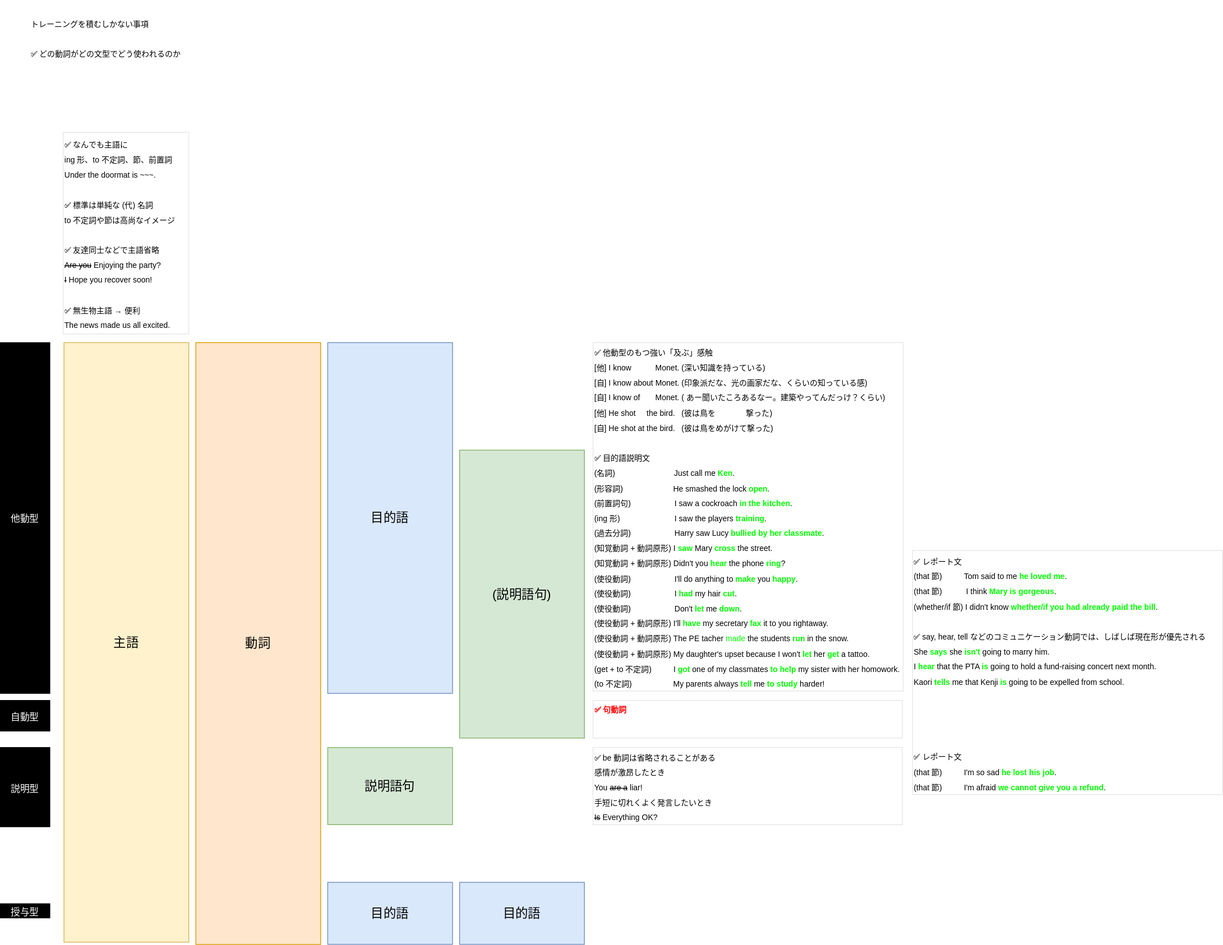
Before: grammer/overview.drawio.svg, a diagram exported from draw.io (namtoki/English). Source tidied: cells renumbered, new cells last; positions are measured from the earlier drawing's top-left corner, leaving out a move shared by most shapes.
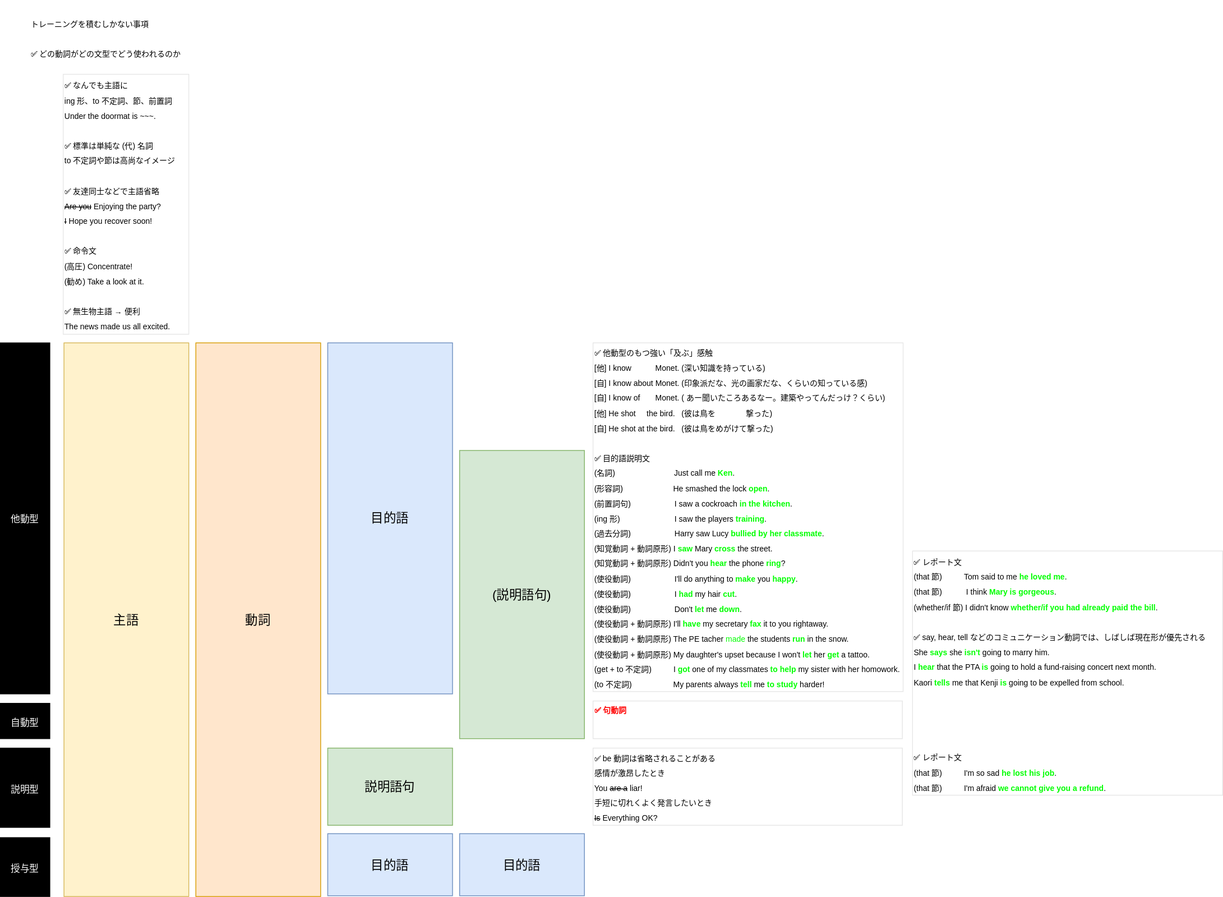
The same file after the commit.

The edit, as a diff of the source:
```diff
@@ -6,19 +6,19 @@
       <mxGeometry y="436" width="63" height="447" as="geometry" />
     </mxCell>
     <mxCell id="3" value="&lt;font style=&quot;font-size: 12px;&quot;&gt;自動型&lt;/font&gt;" style="rounded=0;whiteSpace=wrap;html=1;fontSize=16;verticalAlign=middle;fillColor=#000000;fontColor=#FFFFFF;" parent="1" vertex="1">
-      <mxGeometry y="892" width="63" height="39" as="geometry" />
+      <mxGeometry y="895" width="63" height="45" as="geometry" />
     </mxCell>
     <mxCell id="4" value="&lt;font style=&quot;font-size: 12px;&quot;&gt;説明型&lt;/font&gt;" style="rounded=0;whiteSpace=wrap;html=1;fontSize=16;verticalAlign=middle;fillColor=#000000;fontColor=#FFFFFF;" parent="1" vertex="1">
       <mxGeometry y="952" width="63" height="101" as="geometry" />
     </mxCell>
     <mxCell id="5" value="&lt;font style=&quot;font-size: 12px;&quot;&gt;授与型&lt;/font&gt;" style="rounded=0;whiteSpace=wrap;html=1;fontSize=16;verticalAlign=middle;fillColor=#000000;fontColor=#FFFFFF;" parent="1" vertex="1">
-      <mxGeometry y="1151.2" width="63" height="18" as="geometry" />
+      <mxGeometry y="1066" width="63" height="75" as="geometry" />
     </mxCell>
-    <mxCell id="6" value="&lt;font style=&quot;font-size: 10px;&quot;&gt;✅ なんでも主語に&lt;br&gt;ing 形、to 不定詞、節、前置詞&lt;br&gt;Under the doormat is ~~~.&lt;br&gt;&lt;br&gt;✅ 標準は単純な (代) 名詞&lt;br&gt;to 不定詞や節は高尚なイメージ&lt;br&gt;&lt;br&gt;✅ 友達同士などで主語省略&lt;br&gt;&lt;strike&gt;Are you&lt;/strike&gt; Enjoying the party?&lt;br&gt;&lt;strike&gt;I&lt;/strike&gt; Hope you recover soon!&lt;br&gt;&lt;br&gt;✅ 無生物主語 → 便利&lt;br&gt;The news made us all excited.&lt;br&gt;&lt;/font&gt;" style="text;html=1;strokeColor=#E6E6E6;fillColor=none;align=left;verticalAlign=middle;whiteSpace=wrap;rounded=0;fontSize=16;" parent="1" vertex="1">
-      <mxGeometry x="80" y="168" width="160" height="257" as="geometry" />
+    <mxCell id="6" value="&lt;font style=&quot;font-size: 10px;&quot;&gt;✅ なんでも主語に&lt;br&gt;ing 形、to 不定詞、節、前置詞&lt;br&gt;Under the doormat is ~~~.&lt;br&gt;&lt;br&gt;✅ 標準は単純な (代) 名詞&lt;br&gt;to 不定詞や節は高尚なイメージ&lt;br&gt;&lt;br&gt;✅ 友達同士などで主語省略&lt;br&gt;&lt;strike&gt;Are you&lt;/strike&gt; Enjoying the party?&lt;br&gt;&lt;strike&gt;I&lt;/strike&gt; Hope you recover soon!&lt;br&gt;&lt;br&gt;✅ 命令文&lt;br&gt;(高圧) Concentrate!&lt;br&gt;(勧め) Take a look at it.&lt;br&gt;&lt;br&gt;✅ 無生物主語 → 便利&lt;br&gt;The news made us all excited.&lt;br&gt;&lt;/font&gt;" style="text;html=1;strokeColor=#E6E6E6;fillColor=none;align=left;verticalAlign=middle;whiteSpace=wrap;rounded=0;fontSize=16;" parent="1" vertex="1">
+      <mxGeometry x="80" y="94" width="160" height="331" as="geometry" />
     </mxCell>
     <mxCell id="7" value="主語" style="rounded=0;whiteSpace=wrap;html=1;fontSize=16;fillColor=#fff2cc;strokeColor=#d6b656;" parent="1" vertex="1">
-      <mxGeometry x="81" y="436" width="159" height="764" as="geometry" />
+      <mxGeometry x="81" y="436" width="159" height="705" as="geometry" />
     </mxCell>
     <mxCell id="8" value="✅ 句動詞&#10;" style="text;whiteSpace=wrap;fontSize=10;fontColor=#FF0000;fontStyle=1;strokeColor=#E6E6E6;" parent="1" vertex="1">
       <mxGeometry x="755" y="892" width="394" height="48" as="geometry" />
@@ -30,7 +30,7 @@
       <mxGeometry x="37" width="277" height="93" as="geometry" />
     </mxCell>
     <mxCell id="11" value="動詞" style="rounded=0;whiteSpace=wrap;html=1;fontSize=16;fillColor=#ffe6cc;strokeColor=#d79b00;" parent="1" vertex="1">
-      <mxGeometry x="249" y="436" width="159" height="767" as="geometry" />
+      <mxGeometry x="249" y="436" width="159" height="705" as="geometry" />
     </mxCell>
     <mxCell id="12" value="目的語" style="rounded=0;whiteSpace=wrap;html=1;fontSize=16;fillColor=#dae8fc;strokeColor=#6c8ebf;" parent="1" vertex="1">
       <mxGeometry x="417" y="436" width="159" height="447" as="geometry" />
@@ -39,10 +39,10 @@
       <mxGeometry x="417" y="952" width="159" height="98.3" as="geometry" />
     </mxCell>
     <mxCell id="14" value="目的語" style="rounded=0;whiteSpace=wrap;html=1;fontSize=16;fillColor=#dae8fc;strokeColor=#6c8ebf;" parent="1" vertex="1">
-      <mxGeometry x="417" y="1123.9" width="159" height="79" as="geometry" />
+      <mxGeometry x="417" y="1061" width="159" height="79" as="geometry" />
     </mxCell>
     <mxCell id="15" value="目的語" style="rounded=0;whiteSpace=wrap;html=1;fontSize=16;fillColor=#dae8fc;strokeColor=#6c8ebf;" parent="1" vertex="1">
-      <mxGeometry x="585" y="1123.9" width="159" height="79" as="geometry" />
+      <mxGeometry x="585" y="1061" width="159" height="79" as="geometry" />
     </mxCell>
     <mxCell id="16" value="(説明語句)" style="rounded=0;whiteSpace=wrap;html=1;fontSize=16;fillColor=#d5e8d4;strokeColor=#82b366;" parent="1" vertex="1">
       <mxGeometry x="585" y="573" width="159" height="367" as="geometry" />
```
